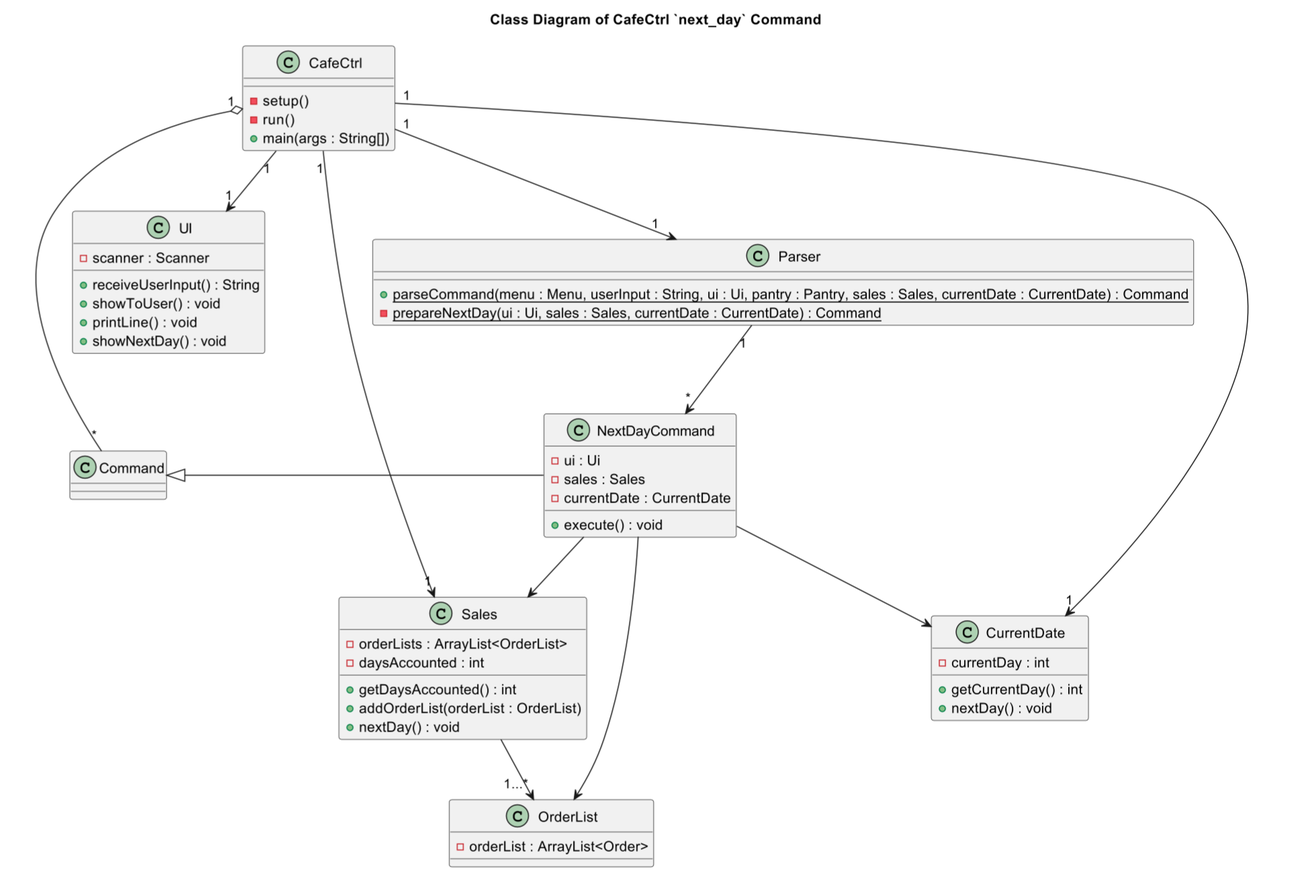
Before: docs/images/class/NextDayCommandClass.png, a diagram exported from PlantUML (nus-cs2113-AY2324S1/tp). Its source is kept beside it as docs/diagrams/class/NextDayCommandClass.puml.
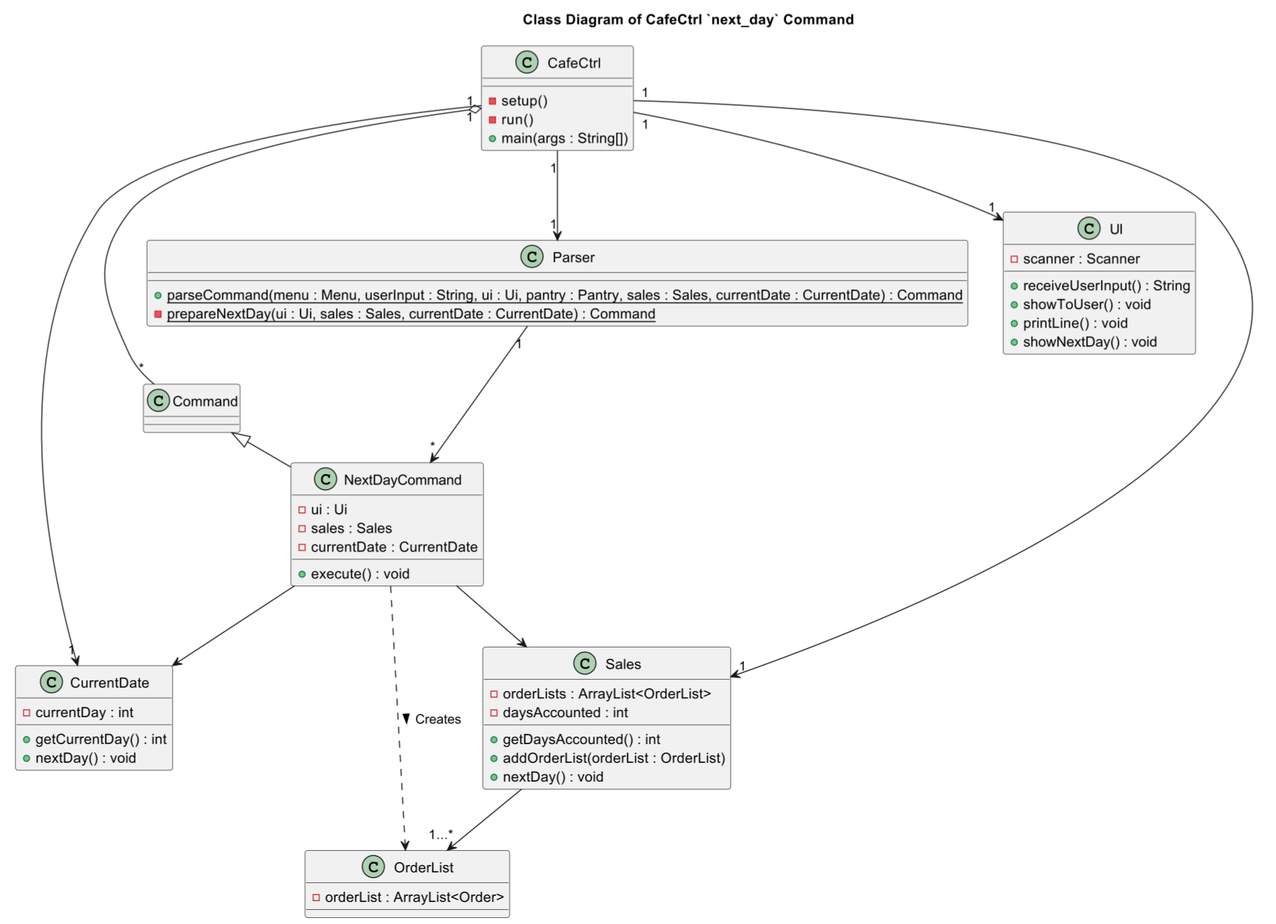
The same file after the commit.

The edit, as a diff of the source:
```diff
@@ -10,7 +10,7 @@
 
 Command <|- NextDayCommand
 Parser "1" --> "*" NextDayCommand
-NextDayCommand --> OrderList
+NextDayCommand ..> OrderList : Creates >
 NextDayCommand --> CurrentDate
 NextDayCommand --> Sales
 Sales --> "1...*" OrderList
```
